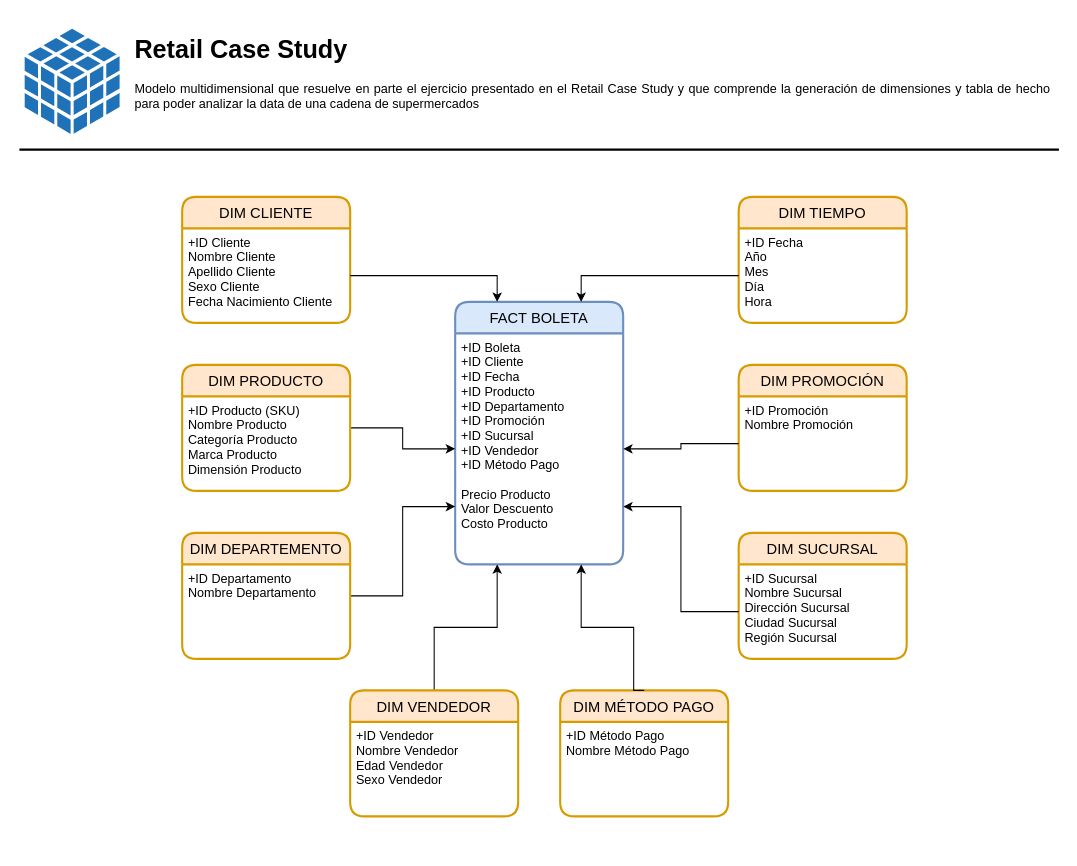
Before: Retail Case Study.drawio in franov/bi_diagrams, a draw.io diagram. Source tidied: cells renumbered, new cells numbered last; positions are measured from the earlier drawing's top-left corner, leaving out a move shared by most shapes. Both pictures are drawn from the tidied source at 105%, with x=0, y=0 at pixel (19, 28).
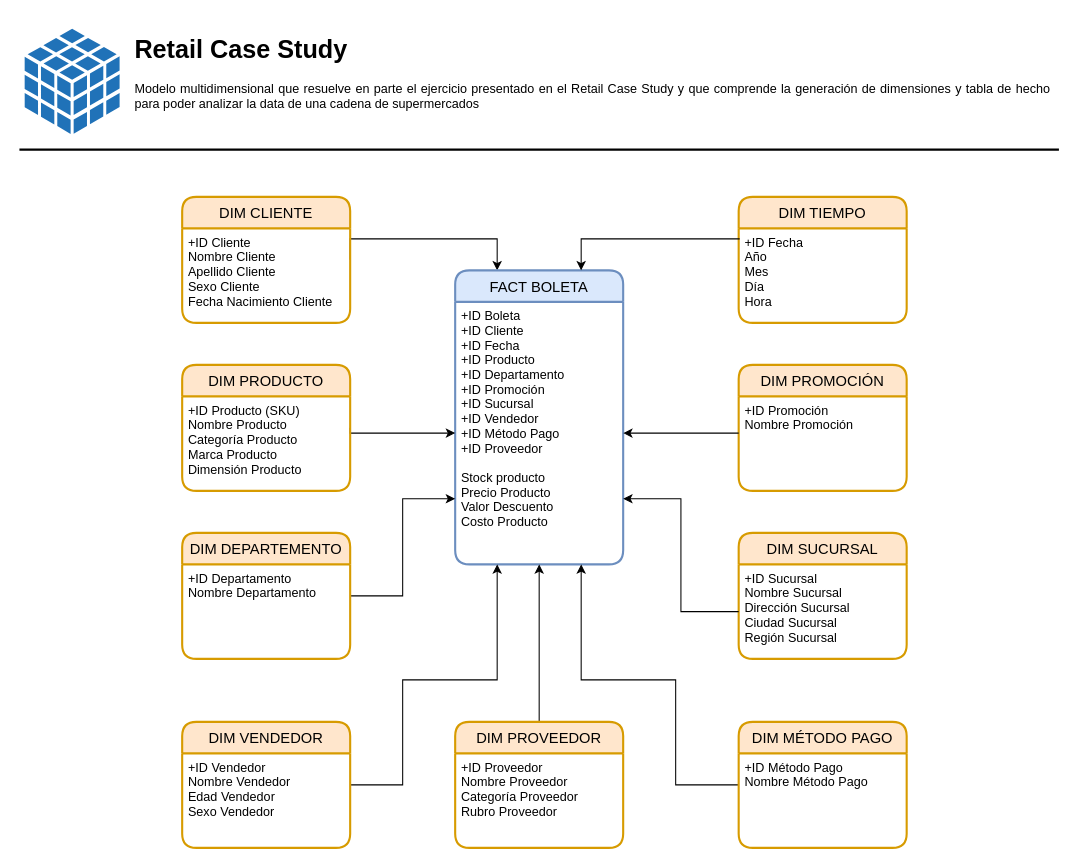
Above is the later version.

Commit message:
Modificación que agrega el stock del producto y la dimensión proveedor

Unchanged cells that the change refers to:
```xml
<mxCell id="2" value="DIM CLIENTE" style="swimlane;horizontal=1;startSize=30;rounded=1;fontSize=14;fontStyle=0;strokeWidth=2;shadow=0;dashed=0;align=center;fillColor=#ffe6cc;strokeColor=#d79b00;" parent="1" vertex="1">
  <mxGeometry x="155" y="160" width="160" height="120" as="geometry" />
</mxCell>
<mxCell id="3" value="+ID Cliente&#10;Nombre Cliente&#10;Apellido Cliente&#10;Sexo Cliente&#10;Fecha Nacimiento Cliente&#10;" style="align=left;strokeColor=none;fillColor=none;spacingLeft=4;fontSize=12;verticalAlign=top;" parent="2" vertex="1">
  <mxGeometry y="30" width="160" height="90" as="geometry" />
</mxCell>
<mxCell id="9" value="+ID Fecha&#10;Año&#10;Mes&#10;Día&#10;Hora&#10;" style="align=left;strokeColor=none;fillColor=none;spacingLeft=4;fontSize=12;verticalAlign=top;" parent="8" vertex="1">
  <mxGeometry y="30" width="160" height="90" as="geometry" />
</mxCell>
<mxCell id="12" value="DIM PRODUCTO" style="swimlane;horizontal=1;startSize=30;rounded=1;fontSize=14;fontStyle=0;strokeWidth=2;shadow=0;dashed=0;align=center;fillColor=#ffe6cc;strokeColor=#d79b00;" parent="1" vertex="1">
  <mxGeometry x="155" y="320" width="160" height="120" as="geometry" />
</mxCell>
<mxCell id="18" value="+ID Promoción&#10;Nombre Promoción&#10;" style="align=left;strokeColor=none;fillColor=none;spacingLeft=4;fontSize=12;verticalAlign=top;" parent="17" vertex="1">
  <mxGeometry y="30" width="160" height="90" as="geometry" />
</mxCell>
```

The edit, as a diff of the source:
```diff
@@
+    <mxCell id="31" style="edgeStyle=orthogonalEdgeStyle;rounded=0;jettySize=auto;html=1;exitX=1;exitY=0.5;exitDx=0;exitDy=0;entryX=0.25;entryY=0;entryDx=0;entryDy=0;" parent="1" edge="1" source="2" target="4">
+      <mxGeometry relative="1" as="geometry">
+        <Array as="points">
+          <mxPoint x="315" y="200" />
+          <mxPoint x="455" y="200" />
+        </Array>
+      </mxGeometry>
+    </mxCell>
@@
     <mxCell id="4" value="FACT BOLETA" style="swimlane;horizontal=1;startSize=30;rounded=1;fontSize=14;fontStyle=0;strokeWidth=2;shadow=0;dashed=0;align=center;fillColor=#dae8fc;strokeColor=#6c8ebf;" parent="1" vertex="1">
-      <mxGeometry x="415" y="260" width="160" height="250" as="geometry" />
+      <mxGeometry x="415" y="230" width="160" height="280" as="geometry" />
     </mxCell>
-    <mxCell id="5" value="+ID Boleta&#10;+ID Cliente&#10;+ID Fecha&#10;+ID Producto&#10;+ID Departamento&#10;+ID Promoción&#10;+ID Sucursal&#10;+ID Vendedor&#10;+ID Método Pago&#10;&#10;Precio Producto&#10;Valor Descuento&#10;Costo Producto&#10;" style="align=left;strokeColor=none;fillColor=none;spacingLeft=4;fontSize=12;verticalAlign=top;" parent="4" vertex="1">
-      <mxGeometry y="30" width="160" height="220" as="geometry" />
+    <mxCell id="5" value="+ID Boleta&#10;+ID Cliente&#10;+ID Fecha&#10;+ID Producto&#10;+ID Departamento&#10;+ID Promoción&#10;+ID Sucursal&#10;+ID Vendedor&#10;+ID Método Pago&#10;+ID Proveedor&#10;&#10;Stock producto&#10;Precio Producto&#10;Valor Descuento&#10;Costo Producto&#10;" style="align=left;strokeColor=none;fillColor=none;spacingLeft=4;fontSize=12;verticalAlign=top;" parent="4" vertex="1">
+      <mxGeometry y="30" width="160" height="250" as="geometry" />
     </mxCell>
-    <mxCell id="6" style="edgeStyle=orthogonalEdgeStyle;rounded=0;jettySize=auto;html=1;entryX=0.25;entryY=0;entryDx=0;entryDy=0;" parent="1" edge="1" source="3" target="4">
-      <mxGeometry relative="1" as="geometry" />
-    </mxCell>
@@
-    <mxCell id="10" style="edgeStyle=orthogonalEdgeStyle;rounded=0;jettySize=auto;html=1;entryX=0.75;entryY=0;entryDx=0;entryDy=0;" parent="1" edge="1" source="9" target="4">
+    <mxCell id="10" style="edgeStyle=orthogonalEdgeStyle;rounded=0;jettySize=auto;html=1;entryX=0.75;entryY=0;entryDx=0;entryDy=0;exitX=0.006;exitY=0.111;exitDx=0;exitDy=0;exitPerimeter=0;" parent="1" edge="1" source="9" target="4">
       <mxGeometry relative="1" as="geometry" />
     </mxCell>
-    <mxCell id="11" style="edgeStyle=orthogonalEdgeStyle;rounded=0;jettySize=auto;html=1;entryX=0;entryY=0.5;entryDx=0;entryDy=0;" parent="1" edge="1" source="12" target="5">
-      <mxGeometry relative="1" as="geometry" />
+    <mxCell id="11" style="edgeStyle=orthogonalEdgeStyle;rounded=0;jettySize=auto;html=1;exitX=1;exitY=0.5;exitDx=0;exitDy=0;entryX=0;entryY=0.5;entryDx=0;entryDy=0;" parent="1" edge="1" source="12" target="5">
+      <mxGeometry relative="1" as="geometry">
+        <Array as="points">
+          <mxPoint x="315" y="385" />
+        </Array>
+      </mxGeometry>
     </mxCell>
@@
     <mxCell id="19" style="edgeStyle=orthogonalEdgeStyle;rounded=0;jettySize=auto;html=1;" parent="1" edge="1" source="18" target="5">
-      <mxGeometry relative="1" as="geometry" />
+      <mxGeometry relative="1" as="geometry">
+        <Array as="points">
+          <mxPoint x="655" y="385" />
+          <mxPoint x="655" y="385" />
+        </Array>
+      </mxGeometry>
     </mxCell>
@@
-    <mxCell id="23" style="edgeStyle=orthogonalEdgeStyle;rounded=0;jettySize=auto;html=1;entryX=0.25;entryY=1;entryDx=0;entryDy=0;" parent="1" edge="1" source="24" target="5">
-      <mxGeometry relative="1" as="geometry" />
-    </mxCell>
+    <mxCell id="32" style="edgeStyle=orthogonalEdgeStyle;rounded=0;jettySize=auto;html=1;exitX=1;exitY=0.5;exitDx=0;exitDy=0;entryX=0.25;entryY=1;entryDx=0;entryDy=0;" parent="1" edge="1" source="24" target="4">
+      <mxGeometry relative="1" as="geometry">
+        <Array as="points">
+          <mxPoint x="365" y="720" />
+          <mxPoint x="365" y="620" />
+          <mxPoint x="455" y="620" />
+        </Array>
+      </mxGeometry>
+    </mxCell>
     <mxCell id="24" value="DIM VENDEDOR" style="swimlane;horizontal=1;startSize=30;rounded=1;fontSize=14;fontStyle=0;strokeWidth=2;shadow=0;dashed=0;align=center;fillColor=#ffe6cc;strokeColor=#d79b00;" parent="1" vertex="1">
-      <mxGeometry x="315" y="630" width="160" height="120" as="geometry" />
+      <mxGeometry x="155" y="660" width="160" height="120" as="geometry" />
     </mxCell>
@@
+    <mxCell id="33" style="edgeStyle=orthogonalEdgeStyle;rounded=0;jettySize=auto;html=1;exitX=0.5;exitY=0;exitDx=0;exitDy=0;entryX=0.5;entryY=1;entryDx=0;entryDy=0;" parent="1" edge="1" source="26" target="5">
+      <mxGeometry relative="1" as="geometry" />
+    </mxCell>
-    <mxCell id="26" value="DIM MÉTODO PAGO" style="swimlane;horizontal=1;startSize=30;rounded=1;fontSize=14;fontStyle=0;strokeWidth=2;shadow=0;dashed=0;align=center;fillColor=#ffe6cc;strokeColor=#d79b00;" parent="1" vertex="1">
-      <mxGeometry x="515" y="630" width="160" height="120" as="geometry" />
+    <mxCell id="26" value="DIM PROVEEDOR" style="swimlane;horizontal=1;startSize=30;rounded=1;fontSize=14;fontStyle=0;strokeWidth=2;shadow=0;dashed=0;align=center;fillColor=#ffe6cc;strokeColor=#d79b00;" parent="1" vertex="1">
+      <mxGeometry x="415" y="660" width="160" height="120" as="geometry" />
     </mxCell>
-    <mxCell id="27" value="+ID Método Pago&#10;Nombre Método Pago&#10;" style="align=left;strokeColor=none;fillColor=none;spacingLeft=4;fontSize=12;verticalAlign=top;" parent="26" vertex="1">
+    <mxCell id="27" value="+ID Proveedor&#10;Nombre Proveedor&#10;Categoría Proveedor&#10;Rubro Proveedor&#10;" style="align=left;strokeColor=none;fillColor=none;spacingLeft=4;fontSize=12;verticalAlign=top;" parent="26" vertex="1">
       <mxGeometry y="30" width="160" height="90" as="geometry" />
     </mxCell>
-    <mxCell id="28" style="edgeStyle=orthogonalEdgeStyle;rounded=0;jettySize=auto;html=1;entryX=0.75;entryY=1;entryDx=0;entryDy=0;" parent="1" edge="1" target="5">
-      <mxGeometry relative="1" as="geometry">
-        <mxPoint x="595" y="630" as="sourcePoint" />
-        <Array as="points">
-          <mxPoint x="585" y="630" />
-          <mxPoint x="585" y="570" />
-          <mxPoint x="535" y="570" />
-        </Array>
-      </mxGeometry>
-    </mxCell>
@@
+    <mxCell id="34" style="edgeStyle=orthogonalEdgeStyle;rounded=0;jettySize=auto;html=1;entryX=0.75;entryY=1;entryDx=0;entryDy=0;" parent="1" edge="1" source="35" target="4">
+      <mxGeometry relative="1" as="geometry">
+        <Array as="points">
+          <mxPoint x="625" y="620" />
+          <mxPoint x="535" y="620" />
+        </Array>
+      </mxGeometry>
+    </mxCell>
+    <mxCell id="35" value="DIM MÉTODO PAGO" style="swimlane;horizontal=1;startSize=30;rounded=1;fontSize=14;fontStyle=0;strokeWidth=2;shadow=0;dashed=0;align=center;fillColor=#ffe6cc;strokeColor=#d79b00;" parent="1" vertex="1">
+      <mxGeometry x="685" y="660" width="160" height="120" as="geometry" />
+    </mxCell>
+    <mxCell id="36" value="+ID Método Pago&#10;Nombre Método Pago&#10;" style="align=left;strokeColor=none;fillColor=none;spacingLeft=4;fontSize=12;verticalAlign=top;" parent="35" vertex="1">
+      <mxGeometry y="30" width="160" height="90" as="geometry" />
+    </mxCell>
```
